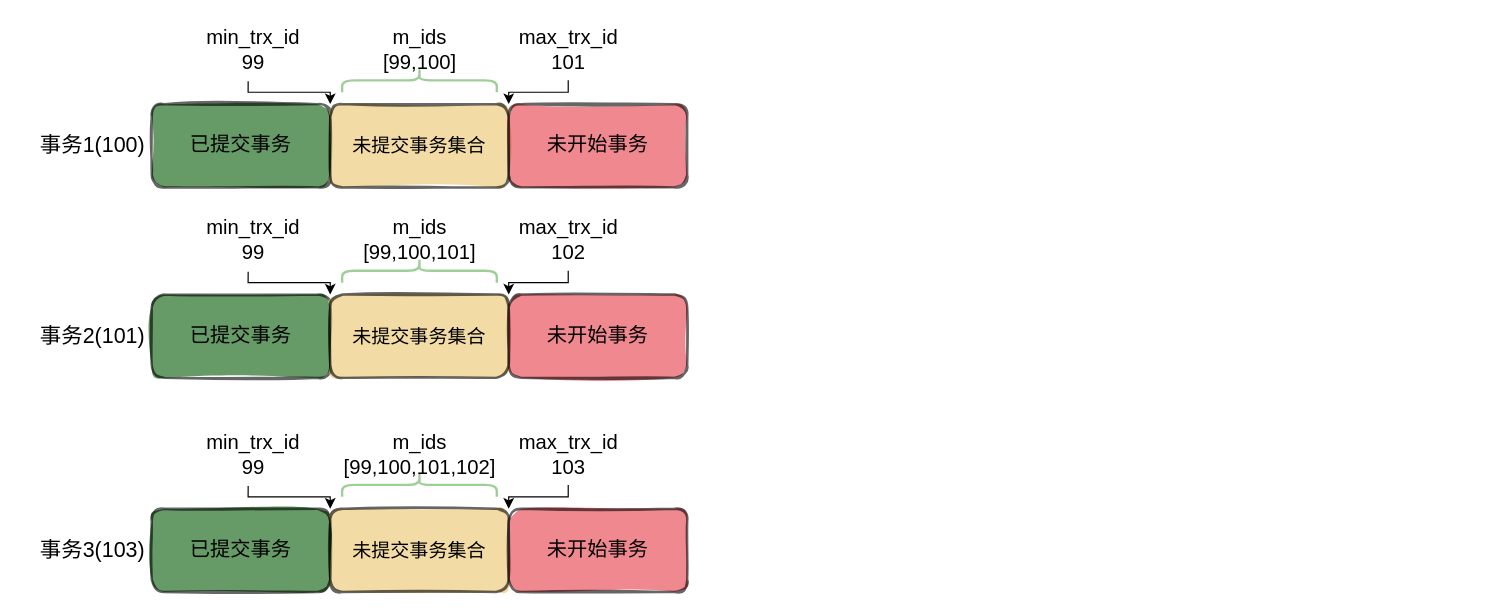
This is page "mysql-read-view-demo-2" (1 of 14) of mysql/mysql.drawio from boilingfrog/Go-POINT, a draw.io file, before an edit. Source tidied: cells renumbered, new cells numbered last; positions are measured from the earlier drawing's top-left corner, leaving out a move shared by most shapes. Both pictures are drawn from the tidied source at 119%, with x=0, y=0 at pixel (32, 20).
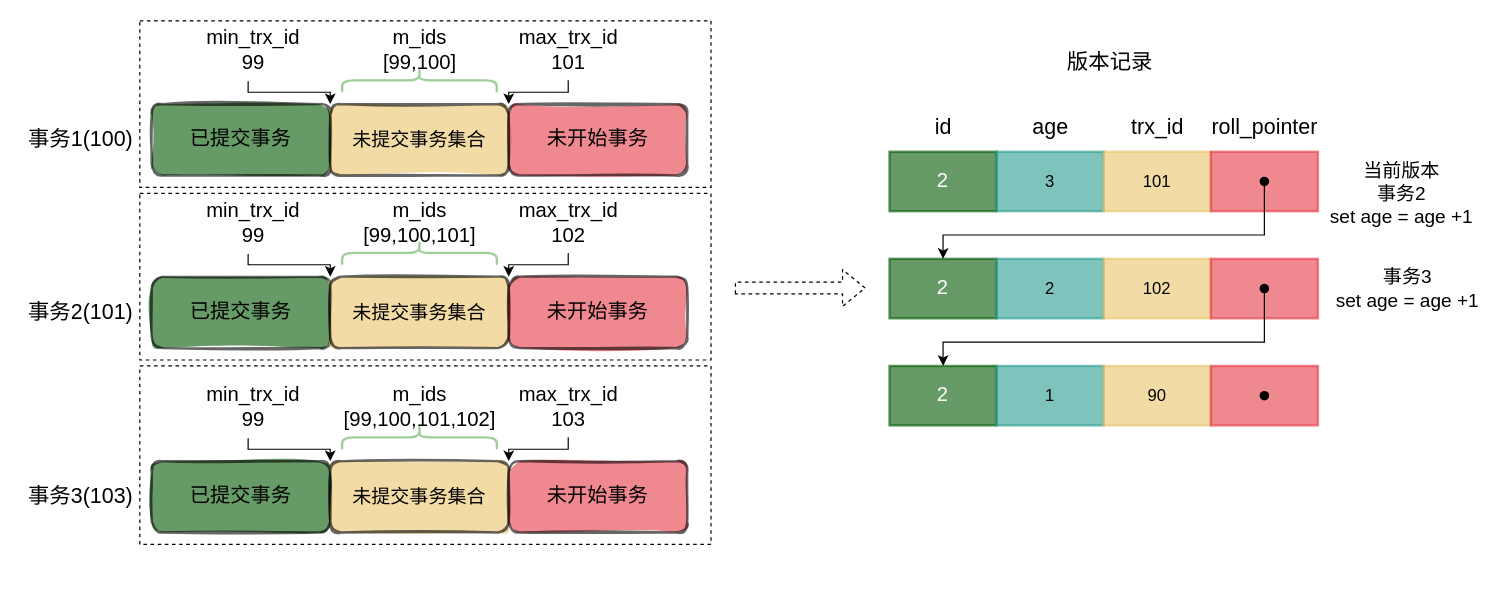
The same page after the edit.

Commit message (it also covers changes not shown here):
feat:MySQL 中的事务理解

Change to the diagram source:
```diff
@@
     <mxCell id="2" value="&lt;span style=&quot;font-size: 17px&quot;&gt;已提交事务&lt;/span&gt;" style="rounded=1;whiteSpace=wrap;html=1;fillStyle=solid;fontSize=16;strokeColor=default;strokeWidth=2;fillColor=#005700;fontColor=default;opacity=60;fillWeight=2;hachureGap=8;hachureAngle=45;sketch=1;" parent="1" vertex="1">
-      <mxGeometry x="100" y="70" width="150" height="70" as="geometry" />
+      <mxGeometry x="100" y="70" width="150" height="60" as="geometry" />
     </mxCell>
     <mxCell id="3" value="未提交事务集合" style="rounded=1;whiteSpace=wrap;html=1;fillStyle=solid;fontSize=16;strokeColor=default;strokeWidth=2;fillColor=#E9C46A;fontColor=default;opacity=60;fillWeight=2;hachureGap=8;hachureAngle=45;sketch=1;" parent="1" vertex="1">
-      <mxGeometry x="250" y="70" width="150" height="70" as="geometry" />
+      <mxGeometry x="250" y="70" width="150" height="60" as="geometry" />
     </mxCell>
     <mxCell id="4" value="&lt;span style=&quot;font-size: 17px&quot;&gt;未开始事务&lt;/span&gt;" style="rounded=1;whiteSpace=wrap;html=1;fillStyle=solid;fontSize=16;strokeColor=default;strokeWidth=2;fillColor=#E63946;fontColor=default;opacity=60;fillWeight=2;hachureGap=8;hachureAngle=45;sketch=1;" parent="1" vertex="1">
-      <mxGeometry x="400" y="70" width="150" height="70" as="geometry" />
+      <mxGeometry x="400" y="70" width="150" height="60" as="geometry" />
     </mxCell>
@@
     <mxCell id="11" value="&lt;font style=&quot;font-size: 18px&quot;&gt;事务1(100)&lt;/font&gt;" style="text;html=1;align=center;verticalAlign=middle;strokeColor=none;fillColor=none;strokeWidth=3;" parent="1" vertex="1">
-      <mxGeometry y="95" width="100" height="20" as="geometry" />
+      <mxGeometry x="-10" y="90" width="100" height="20" as="geometry" />
     </mxCell>
     <mxCell id="12" value="&lt;span style=&quot;font-size: 17px&quot;&gt;已提交事务&lt;/span&gt;" style="rounded=1;whiteSpace=wrap;html=1;fillStyle=solid;fontSize=16;strokeColor=default;strokeWidth=2;fillColor=#005700;fontColor=default;opacity=60;fillWeight=2;hachureGap=8;hachureAngle=45;sketch=1;" parent="1" vertex="1">
-      <mxGeometry x="100" y="230" width="150" height="70" as="geometry" />
+      <mxGeometry x="100" y="215" width="150" height="60" as="geometry" />
     </mxCell>
     <mxCell id="13" value="未提交事务集合" style="rounded=1;whiteSpace=wrap;html=1;fillStyle=solid;fontSize=16;strokeColor=default;strokeWidth=2;fillColor=#E9C46A;fontColor=default;opacity=60;fillWeight=2;hachureGap=8;hachureAngle=45;sketch=1;" parent="1" vertex="1">
-      <mxGeometry x="250" y="230" width="150" height="70" as="geometry" />
+      <mxGeometry x="250" y="215" width="150" height="60" as="geometry" />
     </mxCell>
     <mxCell id="14" value="&lt;span style=&quot;font-size: 17px&quot;&gt;未开始事务&lt;/span&gt;" style="rounded=1;whiteSpace=wrap;html=1;fillStyle=solid;fontSize=16;strokeColor=default;strokeWidth=2;fillColor=#E63946;fontColor=default;opacity=60;fillWeight=2;hachureGap=8;hachureAngle=45;sketch=1;" parent="1" vertex="1">
-      <mxGeometry x="400" y="230" width="150" height="70" as="geometry" />
+      <mxGeometry x="400" y="215" width="150" height="60" as="geometry" />
     </mxCell>
     <mxCell id="15" style="shape=curlyBracket;whiteSpace=wrap;html=1;rounded=1;flipH=1;fillStyle=solid;fontSize=17;strokeColor=#5FAD56;strokeWidth=2;fillColor=#E9C46A;opacity=60;direction=south;" parent="1" vertex="1">
-      <mxGeometry x="260" y="200" width="130" height="20" as="geometry" />
+      <mxGeometry x="260" y="185" width="130" height="20" as="geometry" />
     </mxCell>
     <mxCell id="16" value="m_ids&lt;br&gt;[99,100,101]" style="text;html=1;align=center;verticalAlign=middle;strokeColor=none;fillColor=none;fontSize=17;" parent="1" vertex="1">
-      <mxGeometry x="270" y="160" width="110" height="50" as="geometry" />
+      <mxGeometry x="270" y="145" width="110" height="50" as="geometry" />
     </mxCell>
@@
     <mxCell id="18" value="min_trx_id&lt;br&gt;99" style="text;html=1;align=center;verticalAlign=middle;points=[];strokeColor=none;fillColor=none;fontSize=17;" parent="1" vertex="1">
-      <mxGeometry x="140" y="160" width="90" height="50" as="geometry" />
+      <mxGeometry x="140" y="145" width="90" height="50" as="geometry" />
     </mxCell>
@@
     <mxCell id="20" value="max_trx_id&lt;br&gt;102" style="text;html=1;align=center;verticalAlign=middle;points=[];strokeColor=none;fillColor=none;fontSize=17;" parent="1" vertex="1">
-      <mxGeometry x="400" y="160" width="100" height="50" as="geometry" />
+      <mxGeometry x="400" y="145" width="100" height="50" as="geometry" />
     </mxCell>
     <mxCell id="21" value="&lt;font style=&quot;font-size: 18px&quot;&gt;事务2(101)&lt;/font&gt;" style="text;html=1;align=center;verticalAlign=middle;strokeColor=none;fillColor=none;strokeWidth=3;" parent="1" vertex="1">
-      <mxGeometry y="255" width="100" height="20" as="geometry" />
+      <mxGeometry x="-10" y="235" width="100" height="20" as="geometry" />
     </mxCell>
     <mxCell id="22" value="&lt;span style=&quot;font-size: 17px&quot;&gt;已提交事务&lt;/span&gt;" style="rounded=1;whiteSpace=wrap;html=1;fillStyle=solid;fontSize=16;strokeColor=default;strokeWidth=2;fillColor=#005700;fontColor=default;opacity=60;fillWeight=2;hachureGap=8;hachureAngle=45;sketch=1;" parent="1" vertex="1">
-      <mxGeometry x="100" y="410" width="150" height="70" as="geometry" />
+      <mxGeometry x="100" y="370" width="150" height="60" as="geometry" />
     </mxCell>
     <mxCell id="23" value="未提交事务集合" style="rounded=1;whiteSpace=wrap;html=1;fillStyle=solid;fontSize=16;strokeColor=default;strokeWidth=2;fillColor=#E9C46A;fontColor=default;opacity=60;fillWeight=2;hachureGap=8;hachureAngle=45;sketch=1;" parent="1" vertex="1">
-      <mxGeometry x="250" y="410" width="150" height="70" as="geometry" />
+      <mxGeometry x="250" y="370" width="150" height="60" as="geometry" />
     </mxCell>
     <mxCell id="24" value="&lt;span style=&quot;font-size: 17px&quot;&gt;未开始事务&lt;/span&gt;" style="rounded=1;whiteSpace=wrap;html=1;fillStyle=solid;fontSize=16;strokeColor=default;strokeWidth=2;fillColor=#E63946;fontColor=default;opacity=60;fillWeight=2;hachureGap=8;hachureAngle=45;sketch=1;" parent="1" vertex="1">
-      <mxGeometry x="400" y="410" width="150" height="70" as="geometry" />
+      <mxGeometry x="400" y="370" width="150" height="60" as="geometry" />
     </mxCell>
     <mxCell id="25" style="shape=curlyBracket;whiteSpace=wrap;html=1;rounded=1;flipH=1;fillStyle=solid;fontSize=17;strokeColor=#5FAD56;strokeWidth=2;fillColor=#E9C46A;opacity=60;direction=south;" parent="1" vertex="1">
-      <mxGeometry x="260" y="380" width="130" height="20" as="geometry" />
+      <mxGeometry x="260" y="340" width="130" height="20" as="geometry" />
     </mxCell>
     <mxCell id="26" value="m_ids&lt;br&gt;[99,100,101,102]" style="text;html=1;align=center;verticalAlign=middle;strokeColor=none;fillColor=none;fontSize=17;" parent="1" vertex="1">
-      <mxGeometry x="255" y="340" width="140" height="50" as="geometry" />
+      <mxGeometry x="255" y="300" width="140" height="50" as="geometry" />
     </mxCell>
@@
     <mxCell id="28" value="min_trx_id&lt;br&gt;99" style="text;html=1;align=center;verticalAlign=middle;points=[];strokeColor=none;fillColor=none;fontSize=17;" parent="1" vertex="1">
-      <mxGeometry x="140" y="340" width="90" height="50" as="geometry" />
+      <mxGeometry x="140" y="300" width="90" height="50" as="geometry" />
     </mxCell>
@@
     <mxCell id="30" value="max_trx_id&lt;br&gt;103" style="text;html=1;align=center;verticalAlign=middle;points=[];strokeColor=none;fillColor=none;fontSize=17;" parent="1" vertex="1">
-      <mxGeometry x="400" y="340" width="100" height="50" as="geometry" />
+      <mxGeometry x="400" y="300" width="100" height="50" as="geometry" />
     </mxCell>
     <mxCell id="31" value="&lt;font style=&quot;font-size: 18px&quot;&gt;事务3(103)&lt;/font&gt;" style="text;html=1;align=center;verticalAlign=middle;strokeColor=none;fillColor=none;strokeWidth=3;" parent="1" vertex="1">
-      <mxGeometry y="435" width="100" height="20" as="geometry" />
+      <mxGeometry x="-10" y="390" width="100" height="20" as="geometry" />
     </mxCell>
+    <mxCell id="32" style="text;html=1;align=center;verticalAlign=middle;strokeColor=none;fillColor=none;fontSize=16;" parent="1" vertex="1">
+      <mxGeometry x="820" y="270" width="20" height="30" as="geometry" />
+    </mxCell>
+    <mxCell id="33" value="&lt;span style=&quot;font-size: 17px&quot;&gt;2&lt;/span&gt;" style="rounded=0;whiteSpace=wrap;html=1;fillStyle=auto;fontSize=14;strokeColor=#005700;strokeWidth=2;fillColor=#005700;fontColor=#ffffff;opacity=60;" parent="1" vertex="1">
+      <mxGeometry x="720" y="110" width="90" height="50" as="geometry" />
+    </mxCell>
+    <mxCell id="34" value="3" style="rounded=0;whiteSpace=wrap;html=1;fillStyle=auto;fontSize=14;strokeColor=#2A9D8F;strokeWidth=2;fillColor=#2A9D8F;opacity=60;" parent="1" vertex="1">
+      <mxGeometry x="810" y="110" width="90" height="50" as="geometry" />
+    </mxCell>
+    <mxCell id="35" value="101" style="rounded=0;whiteSpace=wrap;html=1;fillStyle=auto;fontSize=14;strokeColor=#E9C46A;strokeWidth=2;fillColor=#E9C46A;opacity=60;" parent="1" vertex="1">
+      <mxGeometry x="900" y="110" width="90" height="50" as="geometry" />
+    </mxCell>
+    <mxCell id="36" style="rounded=0;whiteSpace=wrap;html=1;fillStyle=auto;fontSize=14;strokeColor=#E63946;strokeWidth=2;fillColor=#E63946;opacity=60;" parent="1" vertex="1">
+      <mxGeometry x="990" y="110" width="90" height="50" as="geometry" />
+    </mxCell>
+    <mxCell id="37" value="&lt;font style=&quot;font-size: 18px&quot;&gt;id&lt;/font&gt;" style="text;html=1;align=center;verticalAlign=middle;strokeColor=none;fillColor=none;fontSize=14;" parent="1" vertex="1">
+      <mxGeometry x="750" y="80" width="30" height="20" as="geometry" />
+    </mxCell>
+    <mxCell id="38" value="age" style="text;html=1;align=center;verticalAlign=middle;strokeColor=none;fillColor=none;fontSize=18;" parent="1" vertex="1">
+      <mxGeometry x="830" y="75" width="50" height="30" as="geometry" />
+    </mxCell>
+    <mxCell id="39" value="trx_id" style="text;html=1;align=center;verticalAlign=middle;strokeColor=none;fillColor=none;fontSize=18;" parent="1" vertex="1">
+      <mxGeometry x="915" y="75" width="60" height="30" as="geometry" />
+    </mxCell>
+    <mxCell id="40" value="roll_pointer" style="text;html=1;align=center;verticalAlign=middle;strokeColor=none;fillColor=none;fontSize=18;" parent="1" vertex="1">
+      <mxGeometry x="985" y="75" width="100" height="30" as="geometry" />
+    </mxCell>
+    <mxCell id="41" value="&lt;span style=&quot;font-size: 17px&quot;&gt;2&lt;/span&gt;" style="rounded=0;whiteSpace=wrap;html=1;fillStyle=auto;fontSize=14;strokeColor=#005700;strokeWidth=2;fillColor=#005700;fontColor=#ffffff;opacity=60;" parent="1" vertex="1">
+      <mxGeometry x="720" y="200" width="90" height="50" as="geometry" />
+    </mxCell>
+    <mxCell id="42" value="2" style="rounded=0;whiteSpace=wrap;html=1;fillStyle=auto;fontSize=14;strokeColor=#2A9D8F;strokeWidth=2;fillColor=#2A9D8F;opacity=60;" parent="1" vertex="1">
+      <mxGeometry x="810" y="200" width="90" height="50" as="geometry" />
+    </mxCell>
+    <mxCell id="43" value="102" style="rounded=0;whiteSpace=wrap;html=1;fillStyle=auto;fontSize=14;strokeColor=#E9C46A;strokeWidth=2;fillColor=#E9C46A;opacity=60;" parent="1" vertex="1">
+      <mxGeometry x="900" y="200" width="90" height="50" as="geometry" />
+    </mxCell>
+    <mxCell id="44" style="rounded=0;whiteSpace=wrap;html=1;fillStyle=auto;fontSize=14;strokeColor=#E63946;strokeWidth=2;fillColor=#E63946;opacity=60;" parent="1" vertex="1">
+      <mxGeometry x="990" y="200" width="90" height="50" as="geometry" />
+    </mxCell>
+    <mxCell id="45" value="&lt;span style=&quot;font-size: 17px&quot;&gt;2&lt;/span&gt;" style="rounded=0;whiteSpace=wrap;html=1;fillStyle=auto;fontSize=14;strokeColor=#005700;strokeWidth=2;fillColor=#005700;fontColor=#ffffff;opacity=60;" parent="1" vertex="1">
+      <mxGeometry x="720" y="290" width="90" height="50" as="geometry" />
+    </mxCell>
+    <mxCell id="46" value="1" style="rounded=0;whiteSpace=wrap;html=1;fillStyle=auto;fontSize=14;strokeColor=#2A9D8F;strokeWidth=2;fillColor=#2A9D8F;opacity=60;" parent="1" vertex="1">
+      <mxGeometry x="810" y="290" width="90" height="50" as="geometry" />
+    </mxCell>
+    <mxCell id="47" value="90" style="rounded=0;whiteSpace=wrap;html=1;fillStyle=auto;fontSize=14;strokeColor=#E9C46A;strokeWidth=2;fillColor=#E9C46A;opacity=60;" parent="1" vertex="1">
+      <mxGeometry x="900" y="290" width="90" height="50" as="geometry" />
+    </mxCell>
+    <mxCell id="48" style="rounded=0;whiteSpace=wrap;html=1;fillStyle=auto;fontSize=14;strokeColor=#E63946;strokeWidth=2;fillColor=#E63946;opacity=60;" parent="1" vertex="1">
+      <mxGeometry x="990" y="290" width="90" height="50" as="geometry" />
+    </mxCell>
+    <mxCell id="49" style="edgeStyle=orthogonalEdgeStyle;rounded=0;html=1;fontSize=17;" parent="1" edge="1" source="50" target="41">
+      <mxGeometry relative="1" as="geometry">
+        <Array as="points">
+          <mxPoint x="1035" y="180" />
+          <mxPoint x="765" y="180" />
+        </Array>
+      </mxGeometry>
+    </mxCell>
+    <mxCell id="50" style="shape=waypoint;sketch=0;fillStyle=solid;size=6;points=[];fillColor=none;perimeter=centerPerimeter;snapToPoint=1;fontSize=17;strokeColor=#000000;strokeWidth=2;" parent="1" vertex="1">
+      <mxGeometry x="1015" y="115" width="40" height="40" as="geometry" />
+    </mxCell>
+    <mxCell id="51" style="edgeStyle=orthogonalEdgeStyle;rounded=0;html=1;fontSize=17;" parent="1" edge="1" source="52" target="45">
+      <mxGeometry relative="1" as="geometry">
+        <Array as="points">
+          <mxPoint x="1035" y="270" />
+          <mxPoint x="765" y="270" />
+        </Array>
+      </mxGeometry>
+    </mxCell>
+    <mxCell id="52" style="shape=waypoint;sketch=0;fillStyle=solid;size=6;points=[];fillColor=none;perimeter=centerPerimeter;snapToPoint=1;fontSize=17;strokeColor=#000000;strokeWidth=2;" parent="1" vertex="1">
+      <mxGeometry x="1015" y="205" width="40" height="40" as="geometry" />
+    </mxCell>
+    <mxCell id="53" style="shape=waypoint;sketch=0;fillStyle=solid;size=6;fillColor=none;perimeter=centerPerimeter;fontSize=17;strokeColor=#000000;strokeWidth=2;" parent="1" vertex="1">
+      <mxGeometry x="1015" y="295" width="40" height="40" as="geometry" />
+    </mxCell>
+    <mxCell id="54" value="当前版本&lt;br&gt;事务2&lt;br&gt;set age = age +1&lt;br&gt;" style="text;html=1;align=center;verticalAlign=middle;strokeColor=none;fillColor=none;fontSize=16;" parent="1" vertex="1">
+      <mxGeometry x="1080" y="100" width="140" height="90" as="geometry" />
+    </mxCell>
+    <mxCell id="55" value="事务3&lt;br&gt;set age = age +1" style="text;html=1;align=center;verticalAlign=middle;strokeColor=none;fillColor=none;fontSize=16;" parent="1" vertex="1">
+      <mxGeometry x="1085" y="205" width="140" height="40" as="geometry" />
+    </mxCell>
+    <mxCell id="56" style="verticalLabelPosition=bottom;verticalAlign=top;html=1;shape=mxgraph.basic.rect;fillColor2=none;strokeWidth=1;size=20;indent=5;fillColor=none;dashed=1;" parent="1" vertex="1">
+      <mxGeometry x="90" width="480" height="140" as="geometry" />
+    </mxCell>
+    <mxCell id="57" style="verticalLabelPosition=bottom;verticalAlign=top;html=1;shape=mxgraph.basic.rect;fillColor2=none;strokeWidth=1;size=20;indent=5;fillColor=none;dashed=1;" parent="1" vertex="1">
+      <mxGeometry x="90" y="145" width="480" height="140" as="geometry" />
+    </mxCell>
+    <mxCell id="58" style="verticalLabelPosition=bottom;verticalAlign=top;html=1;shape=mxgraph.basic.rect;fillColor2=none;strokeWidth=1;size=20;indent=5;fillColor=none;dashed=1;" parent="1" vertex="1">
+      <mxGeometry x="90" y="290" width="480" height="150" as="geometry" />
+    </mxCell>
+    <mxCell id="59" style="shape=flexArrow;endArrow=classic;html=1;dashed=1;fontSize=16;" parent="1" edge="1">
+      <mxGeometry relative="1" as="geometry">
+        <mxPoint x="590" y="224.5" as="sourcePoint" />
+        <mxPoint x="700" y="224.5" as="targetPoint" />
+      </mxGeometry>
+    </mxCell>
+    <mxCell id="60" value="&lt;font style=&quot;font-size: 18px&quot;&gt;版本记录&lt;/font&gt;" style="text;html=1;align=center;verticalAlign=middle;strokeColor=none;fillColor=none;fontSize=16;" parent="1" vertex="1">
+      <mxGeometry x="860" y="20" width="90" height="30" as="geometry" />
+    </mxCell>
```
